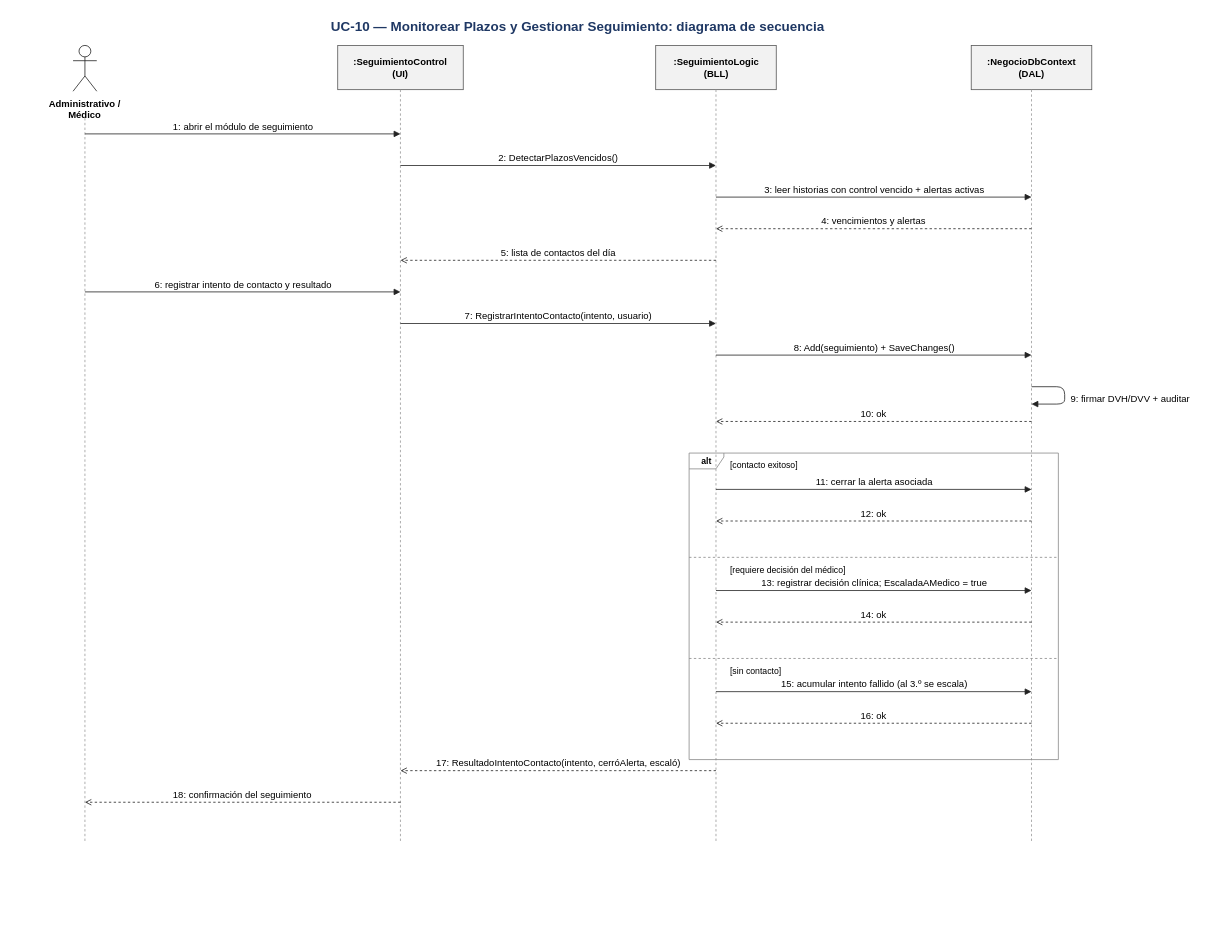
This is Diagramas/UC-10/UC-10 - Secuencia.drawio from DanteSchlogl/OpenRIN-corregido, a draw.io file, before an edit. Source tidied: cells renumbered, new cells numbered last; positions are measured from the earlier drawing's top-left corner, leaving out a move shared by most shapes. Both pictures are drawn from the tidied source at 79%, with x=0, y=0 at pixel (13, 13).
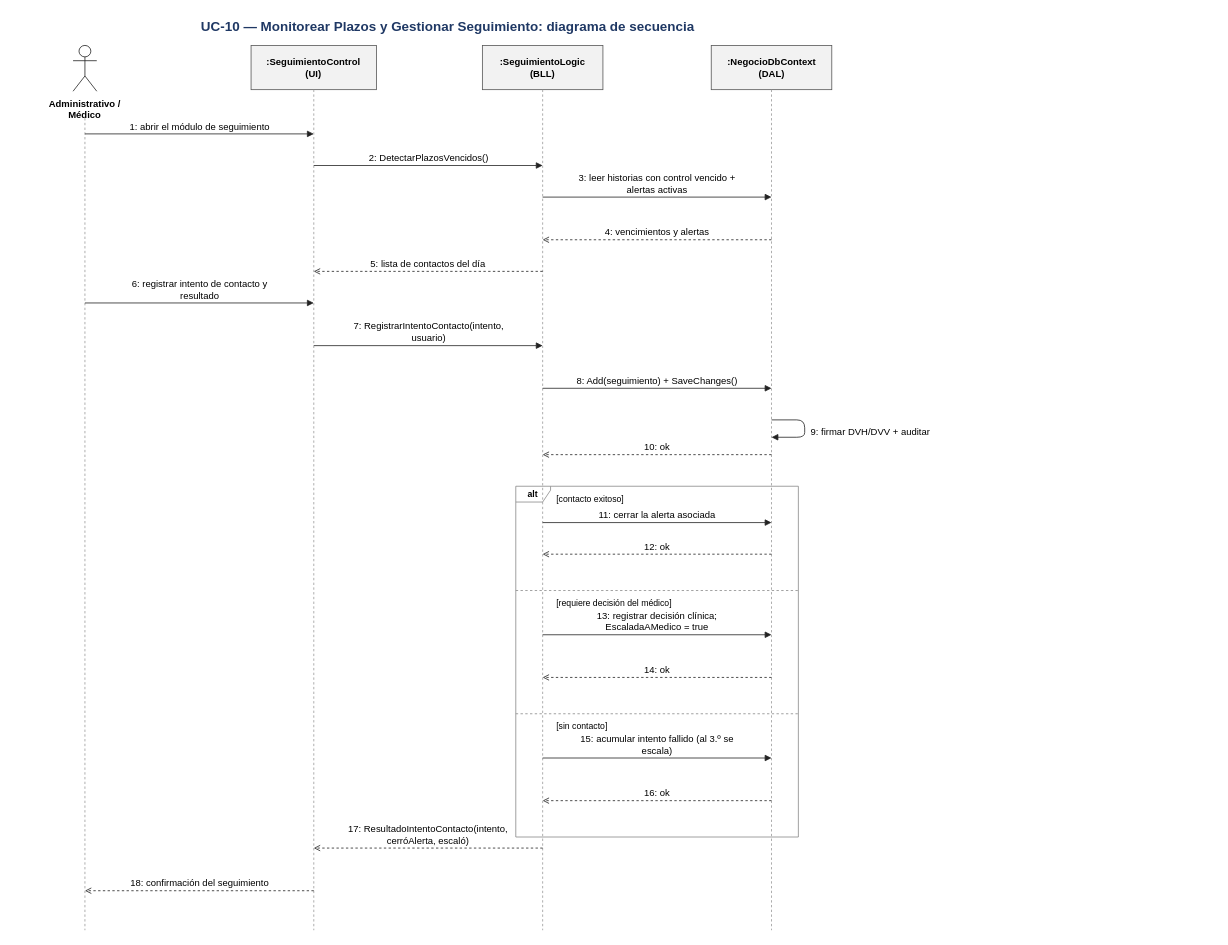
After the change.

Diff of the diagram source:
```diff
@@
     <mxCell id="2" value="UC-10 — Monitorear Plazos y Gestionar Seguimiento: diagrama de secuencia" style="text;html=1;strokeColor=none;fillColor=none;fontFamily=Arial;whiteSpace=nowrap;fontSize=17;fontStyle=1;fontColor=#1F3864;align=center;whiteSpace=wrap;" parent="1" vertex="1">
-      <mxGeometry width="1428.2" height="28" as="geometry" />
+      <mxGeometry width="1099.1" height="28" as="geometry" />
     </mxCell>
@@
     <mxCell id="5" style="endArrow=none;dashed=1;strokeColor=#999999;html=1;" parent="1" edge="1">
       <mxGeometry relative="1" as="geometry">
         <mxPoint x="90" y="132" as="sourcePoint" />
-        <mxPoint x="90" y="1048" as="targetPoint" />
+        <mxPoint x="90" y="1160" as="targetPoint" />
       </mxGeometry>
     </mxCell>
     <mxCell id="6" value=":SeguimientoControl&lt;br/&gt;(UI)" style="rounded=0;whiteSpace=wrap;html=1;fillColor=#F2F2F2;strokeColor=#555555;fontFamily=Arial;fontSize=12;fontStyle=1;" parent="1" vertex="1">
-      <mxGeometry x="410" y="40" width="158.9" height="56" as="geometry" />
+      <mxGeometry x="300.3" y="40" width="158.9" height="56" as="geometry" />
     </mxCell>
     <mxCell id="7" style="endArrow=none;dashed=1;strokeColor=#999999;html=1;" parent="1" edge="1">
       <mxGeometry relative="1" as="geometry">
-        <mxPoint x="489.4" y="96" as="sourcePoint" />
-        <mxPoint x="489.4" y="1048" as="targetPoint" />
+        <mxPoint x="379.7" y="96" as="sourcePoint" />
+        <mxPoint x="379.7" y="1160" as="targetPoint" />
       </mxGeometry>
     </mxCell>
     <mxCell id="8" value=":SeguimientoLogic&lt;br/&gt;(BLL)" style="rounded=0;whiteSpace=wrap;html=1;fillColor=#F2F2F2;strokeColor=#555555;fontFamily=Arial;fontSize=12;fontStyle=1;" parent="1" vertex="1">
-      <mxGeometry x="812.5" y="40" width="152.6" height="56" as="geometry" />
+      <mxGeometry x="593.1" y="40" width="152.6" height="56" as="geometry" />
     </mxCell>
     <mxCell id="9" style="endArrow=none;dashed=1;strokeColor=#999999;html=1;" parent="1" edge="1">
       <mxGeometry relative="1" as="geometry">
-        <mxPoint x="888.8" y="96" as="sourcePoint" />
-        <mxPoint x="888.8" y="1048" as="targetPoint" />
+        <mxPoint x="669.4" y="96" as="sourcePoint" />
+        <mxPoint x="669.4" y="1160" as="targetPoint" />
       </mxGeometry>
     </mxCell>
     <mxCell id="10" value=":NegocioDbContext&lt;br/&gt;(DAL)" style="rounded=0;whiteSpace=wrap;html=1;fillColor=#F2F2F2;strokeColor=#555555;fontFamily=Arial;fontSize=12;fontStyle=1;" parent="1" vertex="1">
-      <mxGeometry x="1211.9" y="40" width="152.6" height="56" as="geometry" />
+      <mxGeometry x="882.8" y="40" width="152.6" height="56" as="geometry" />
     </mxCell>
     <mxCell id="11" style="endArrow=none;dashed=1;strokeColor=#999999;html=1;" parent="1" edge="1">
       <mxGeometry relative="1" as="geometry">
-        <mxPoint x="1288.2" y="96" as="sourcePoint" />
-        <mxPoint x="1288.2" y="1048" as="targetPoint" />
+        <mxPoint x="959.1" y="96" as="sourcePoint" />
+        <mxPoint x="959.1" y="1160" as="targetPoint" />
       </mxGeometry>
     </mxCell>
     <mxCell id="12" value="1: abrir el módulo de seguimiento" style="html=1;edgeStyle=none;strokeColor=#222222;fontFamily=Arial;fontSize=12;verticalLabelPosition=top;verticalAlign=bottom;labelBackgroundColor=none;endArrow=block;endFill=1;" parent="1" edge="1">
       <mxGeometry relative="1" as="geometry">
         <mxPoint x="90" y="152" as="sourcePoint" />
-        <mxPoint x="489.4" y="152" as="targetPoint" />
+        <mxPoint x="379.7" y="152" as="targetPoint" />
       </mxGeometry>
     </mxCell>
     <mxCell id="13" value="2: DetectarPlazosVencidos()" style="html=1;edgeStyle=none;strokeColor=#222222;fontFamily=Arial;fontSize=12;verticalLabelPosition=top;verticalAlign=bottom;labelBackgroundColor=none;endArrow=block;endFill=1;" parent="1" edge="1">
       <mxGeometry relative="1" as="geometry">
-        <mxPoint x="489.4" y="192" as="sourcePoint" />
-        <mxPoint x="888.8" y="192" as="targetPoint" />
+        <mxPoint x="379.7" y="192" as="sourcePoint" />
+        <mxPoint x="669.4" y="192" as="targetPoint" />
       </mxGeometry>
     </mxCell>
-    <mxCell id="14" value="3: leer historias con control vencido + alertas activas" style="html=1;edgeStyle=none;strokeColor=#222222;fontFamily=Arial;fontSize=12;verticalLabelPosition=top;verticalAlign=bottom;labelBackgroundColor=none;endArrow=block;endFill=1;" parent="1" edge="1">
+    <mxCell id="14" value="3: leer historias con control vencido +&lt;br/&gt;alertas activas" style="html=1;edgeStyle=none;strokeColor=#222222;fontFamily=Arial;fontSize=12;verticalLabelPosition=top;verticalAlign=bottom;labelBackgroundColor=none;endArrow=block;endFill=1;" parent="1" edge="1">
       <mxGeometry relative="1" as="geometry">
-        <mxPoint x="888.8" y="232" as="sourcePoint" />
-        <mxPoint x="1288.2" y="232" as="targetPoint" />
+        <mxPoint x="669.4" y="232" as="sourcePoint" />
+        <mxPoint x="959.1" y="232" as="targetPoint" />
       </mxGeometry>
     </mxCell>
     <mxCell id="15" value="4: vencimientos y alertas" style="html=1;edgeStyle=none;strokeColor=#222222;fontFamily=Arial;fontSize=12;verticalLabelPosition=top;verticalAlign=bottom;labelBackgroundColor=none;endArrow=open;endFill=0;dashed=1;" parent="1" edge="1">
       <mxGeometry relative="1" as="geometry">
-        <mxPoint x="1288.2" y="272" as="sourcePoint" />
-        <mxPoint x="888.8" y="272" as="targetPoint" />
+        <mxPoint x="959.1" y="286" as="sourcePoint" />
+        <mxPoint x="669.4" y="286" as="targetPoint" />
       </mxGeometry>
     </mxCell>
     <mxCell id="16" value="5: lista de contactos del día" style="html=1;edgeStyle=none;strokeColor=#222222;fontFamily=Arial;fontSize=12;verticalLabelPosition=top;verticalAlign=bottom;labelBackgroundColor=none;endArrow=open;endFill=0;dashed=1;" parent="1" edge="1">
       <mxGeometry relative="1" as="geometry">
-        <mxPoint x="888.8" y="312" as="sourcePoint" />
-        <mxPoint x="489.4" y="312" as="targetPoint" />
+        <mxPoint x="669.4" y="326" as="sourcePoint" />
+        <mxPoint x="379.7" y="326" as="targetPoint" />
       </mxGeometry>
     </mxCell>
-    <mxCell id="17" value="6: registrar intento de contacto y resultado" style="html=1;edgeStyle=none;strokeColor=#222222;fontFamily=Arial;fontSize=12;verticalLabelPosition=top;verticalAlign=bottom;labelBackgroundColor=none;endArrow=block;endFill=1;" parent="1" edge="1">
+    <mxCell id="17" value="6: registrar intento de contacto y&lt;br/&gt;resultado" style="html=1;edgeStyle=none;strokeColor=#222222;fontFamily=Arial;fontSize=12;verticalLabelPosition=top;verticalAlign=bottom;labelBackgroundColor=none;endArrow=block;endFill=1;" parent="1" edge="1">
       <mxGeometry relative="1" as="geometry">
-        <mxPoint x="90" y="352" as="sourcePoint" />
-        <mxPoint x="489.4" y="352" as="targetPoint" />
+        <mxPoint x="90" y="366" as="sourcePoint" />
+        <mxPoint x="379.7" y="366" as="targetPoint" />
       </mxGeometry>
     </mxCell>
-    <mxCell id="18" value="7: RegistrarIntentoContacto(intento, usuario)" style="html=1;edgeStyle=none;strokeColor=#222222;fontFamily=Arial;fontSize=12;verticalLabelPosition=top;verticalAlign=bottom;labelBackgroundColor=none;endArrow=block;endFill=1;" parent="1" edge="1">
+    <mxCell id="18" value="7: RegistrarIntentoContacto(intento,&lt;br/&gt;usuario)" style="html=1;edgeStyle=none;strokeColor=#222222;fontFamily=Arial;fontSize=12;verticalLabelPosition=top;verticalAlign=bottom;labelBackgroundColor=none;endArrow=block;endFill=1;" parent="1" edge="1">
       <mxGeometry relative="1" as="geometry">
-        <mxPoint x="489.4" y="392" as="sourcePoint" />
-        <mxPoint x="888.8" y="392" as="targetPoint" />
+        <mxPoint x="379.7" y="420" as="sourcePoint" />
+        <mxPoint x="669.4" y="420" as="targetPoint" />
       </mxGeometry>
     </mxCell>
     <mxCell id="19" value="8: Add(seguimiento) + SaveChanges()" style="html=1;edgeStyle=none;strokeColor=#222222;fontFamily=Arial;fontSize=12;verticalLabelPosition=top;verticalAlign=bottom;labelBackgroundColor=none;endArrow=block;endFill=1;" parent="1" edge="1">
       <mxGeometry relative="1" as="geometry">
-        <mxPoint x="888.8" y="432" as="sourcePoint" />
-        <mxPoint x="1288.2" y="432" as="targetPoint" />
+        <mxPoint x="669.4" y="474" as="sourcePoint" />
+        <mxPoint x="959.1" y="474" as="targetPoint" />
       </mxGeometry>
     </mxCell>
     <mxCell id="20" style="endArrow=block;endFill=1;html=1;edgeStyle=none;strokeColor=#222222;" parent="1" edge="1">
       <mxGeometry relative="1" as="geometry">
-        <mxPoint x="1288.2" y="472" as="sourcePoint" />
-        <mxPoint x="1288.2" y="494" as="targetPoint" />
+        <mxPoint x="959.1" y="514" as="sourcePoint" />
+        <mxPoint x="959.1" y="536" as="targetPoint" />
         <Array as="points">
-          <mxPoint x="1330.2" y="472" />
-          <mxPoint x="1330.2" y="494" />
+          <mxPoint x="1001.1" y="514" />
+          <mxPoint x="1001.1" y="536" />
         </Array>
       </mxGeometry>
     </mxCell>
     <mxCell id="21" value="9: firmar DVH/DVV + auditar" style="text;html=1;strokeColor=none;fillColor=none;fontFamily=Arial;whiteSpace=nowrap;fontSize=12;align=left;" parent="1" vertex="1">
-      <mxGeometry x="1336.2" y="474" width="184.1" height="18" as="geometry" />
+      <mxGeometry x="1007.1" y="516" width="280" height="18" as="geometry" />
     </mxCell>
     <mxCell id="22" value="10: ok" style="html=1;edgeStyle=none;strokeColor=#222222;fontFamily=Arial;fontSize=12;verticalLabelPosition=top;verticalAlign=bottom;labelBackgroundColor=none;endArrow=open;endFill=0;dashed=1;" parent="1" edge="1">
       <mxGeometry relative="1" as="geometry">
-        <mxPoint x="1288.2" y="516" as="sourcePoint" />
-        <mxPoint x="888.8" y="516" as="targetPoint" />
+        <mxPoint x="959.1" y="558" as="sourcePoint" />
+        <mxPoint x="669.4" y="558" as="targetPoint" />
       </mxGeometry>
     </mxCell>
     <mxCell id="23" value="11: cerrar la alerta asociada" style="html=1;edgeStyle=none;strokeColor=#222222;fontFamily=Arial;fontSize=12;verticalLabelPosition=top;verticalAlign=bottom;labelBackgroundColor=none;endArrow=block;endFill=1;" parent="1" edge="1">
       <mxGeometry relative="1" as="geometry">
-        <mxPoint x="888.8" y="602" as="sourcePoint" />
-        <mxPoint x="1288.2" y="602" as="targetPoint" />
+        <mxPoint x="669.4" y="644" as="sourcePoint" />
+        <mxPoint x="959.1" y="644" as="targetPoint" />
       </mxGeometry>
     </mxCell>
     <mxCell id="24" value="12: ok" style="html=1;edgeStyle=none;strokeColor=#222222;fontFamily=Arial;fontSize=12;verticalLabelPosition=top;verticalAlign=bottom;labelBackgroundColor=none;endArrow=open;endFill=0;dashed=1;" parent="1" edge="1">
       <mxGeometry relative="1" as="geometry">
-        <mxPoint x="1288.2" y="642" as="sourcePoint" />
-        <mxPoint x="888.8" y="642" as="targetPoint" />
+        <mxPoint x="959.1" y="684" as="sourcePoint" />
+        <mxPoint x="669.4" y="684" as="targetPoint" />
       </mxGeometry>
     </mxCell>
-    <mxCell id="25" value="13: registrar decisión clínica; EscaladaAMedico = true" style="html=1;edgeStyle=none;strokeColor=#222222;fontFamily=Arial;fontSize=12;verticalLabelPosition=top;verticalAlign=bottom;labelBackgroundColor=none;endArrow=block;endFill=1;" parent="1" edge="1">
+    <mxCell id="25" value="13: registrar decisión clínica;&lt;br/&gt;EscaladaAMedico = true" style="html=1;edgeStyle=none;strokeColor=#222222;fontFamily=Arial;fontSize=12;verticalLabelPosition=top;verticalAlign=bottom;labelBackgroundColor=none;endArrow=block;endFill=1;" parent="1" edge="1">
       <mxGeometry relative="1" as="geometry">
-        <mxPoint x="888.8" y="730" as="sourcePoint" />
-        <mxPoint x="1288.2" y="730" as="targetPoint" />
+        <mxPoint x="669.4" y="786" as="sourcePoint" />
+        <mxPoint x="959.1" y="786" as="targetPoint" />
       </mxGeometry>
     </mxCell>
     <mxCell id="26" value="14: ok" style="html=1;edgeStyle=none;strokeColor=#222222;fontFamily=Arial;fontSize=12;verticalLabelPosition=top;verticalAlign=bottom;labelBackgroundColor=none;endArrow=open;endFill=0;dashed=1;" parent="1" edge="1">
       <mxGeometry relative="1" as="geometry">
-        <mxPoint x="1288.2" y="770" as="sourcePoint" />
-        <mxPoint x="888.8" y="770" as="targetPoint" />
+        <mxPoint x="959.1" y="840" as="sourcePoint" />
+        <mxPoint x="669.4" y="840" as="targetPoint" />
       </mxGeometry>
     </mxCell>
-    <mxCell id="27" value="15: acumular intento fallido (al 3.º se escala)" style="html=1;edgeStyle=none;strokeColor=#222222;fontFamily=Arial;fontSize=12;verticalLabelPosition=top;verticalAlign=bottom;labelBackgroundColor=none;endArrow=block;endFill=1;" parent="1" edge="1">
+    <mxCell id="27" value="15: acumular intento fallido (al 3.º se&lt;br/&gt;escala)" style="html=1;edgeStyle=none;strokeColor=#222222;fontFamily=Arial;fontSize=12;verticalLabelPosition=top;verticalAlign=bottom;labelBackgroundColor=none;endArrow=block;endFill=1;" parent="1" edge="1">
       <mxGeometry relative="1" as="geometry">
-        <mxPoint x="888.8" y="858" as="sourcePoint" />
-        <mxPoint x="1288.2" y="858" as="targetPoint" />
+        <mxPoint x="669.4" y="942" as="sourcePoint" />
+        <mxPoint x="959.1" y="942" as="targetPoint" />
       </mxGeometry>
     </mxCell>
     <mxCell id="28" value="16: ok" style="html=1;edgeStyle=none;strokeColor=#222222;fontFamily=Arial;fontSize=12;verticalLabelPosition=top;verticalAlign=bottom;labelBackgroundColor=none;endArrow=open;endFill=0;dashed=1;" parent="1" edge="1">
       <mxGeometry relative="1" as="geometry">
-        <mxPoint x="1288.2" y="898" as="sourcePoint" />
-        <mxPoint x="888.8" y="898" as="targetPoint" />
+        <mxPoint x="959.1" y="996" as="sourcePoint" />
+        <mxPoint x="669.4" y="996" as="targetPoint" />
       </mxGeometry>
     </mxCell>
     <mxCell id="29" value="alt" style="shape=umlFrame;whiteSpace=wrap;html=1;width=44;height=20;fillColor=none;strokeColor=#888888;fontFamily=Arial;fontSize=11;fontStyle=1;" parent="1" vertex="1">
-      <mxGeometry x="854.8" y="556" width="467.4" height="388" as="geometry" />
+      <mxGeometry x="635.4" y="598" width="357.7" height="444" as="geometry" />
     </mxCell>
     <mxCell id="30" value="[contacto exitoso]" style="text;html=1;strokeColor=none;fillColor=none;fontFamily=Arial;whiteSpace=nowrap;fontSize=11;align=left;" parent="1" vertex="1">
-      <mxGeometry x="904.8" y="559" width="134.8" height="18" as="geometry" />
+      <mxGeometry x="685.4" y="601" width="134.8" height="18" as="geometry" />
     </mxCell>
     <mxCell id="31" style="endArrow=none;dashed=1;strokeColor=#888888;html=1;" parent="1" edge="1">
       <mxGeometry relative="1" as="geometry">
-        <mxPoint x="854.8" y="688" as="sourcePoint" />
-        <mxPoint x="1322.2" y="688" as="targetPoint" />
+        <mxPoint x="635.4" y="730" as="sourcePoint" />
+        <mxPoint x="993.1" y="730" as="targetPoint" />
       </mxGeometry>
     </mxCell>
     <mxCell id="32" value="[requiere decisión del médico]" style="text;html=1;strokeColor=none;fillColor=none;fontFamily=Arial;whiteSpace=nowrap;fontSize=11;align=left;" parent="1" vertex="1">
-      <mxGeometry x="904.8" y="691" width="210.4" height="18" as="geometry" />
+      <mxGeometry x="685.4" y="733" width="210.4" height="18" as="geometry" />
     </mxCell>
     <mxCell id="33" style="endArrow=none;dashed=1;strokeColor=#888888;html=1;" parent="1" edge="1">
       <mxGeometry relative="1" as="geometry">
-        <mxPoint x="854.8" y="816" as="sourcePoint" />
-        <mxPoint x="1322.2" y="816" as="targetPoint" />
+        <mxPoint x="635.4" y="886" as="sourcePoint" />
+        <mxPoint x="993.1" y="886" as="targetPoint" />
       </mxGeometry>
     </mxCell>
     <mxCell id="34" value="[sin contacto]" style="text;html=1;strokeColor=none;fillColor=none;fontFamily=Arial;whiteSpace=nowrap;fontSize=11;align=left;" parent="1" vertex="1">
-      <mxGeometry x="904.8" y="819" width="109.6" height="18" as="geometry" />
+      <mxGeometry x="685.4" y="889" width="109.6" height="18" as="geometry" />
     </mxCell>
-    <mxCell id="35" value="17: ResultadoIntentoContacto(intento, cerróAlerta, escaló)" style="html=1;edgeStyle=none;strokeColor=#222222;fontFamily=Arial;fontSize=12;verticalLabelPosition=top;verticalAlign=bottom;labelBackgroundColor=none;endArrow=open;endFill=0;dashed=1;" parent="1" edge="1">
+    <mxCell id="35" value="17: ResultadoIntentoContacto(intento,&lt;br/&gt;cerróAlerta, escaló)" style="html=1;edgeStyle=none;strokeColor=#222222;fontFamily=Arial;fontSize=12;verticalLabelPosition=top;verticalAlign=bottom;labelBackgroundColor=none;endArrow=open;endFill=0;dashed=1;" parent="1" edge="1">
       <mxGeometry relative="1" as="geometry">
-        <mxPoint x="888.8" y="958" as="sourcePoint" />
-        <mxPoint x="489.4" y="958" as="targetPoint" />
+        <mxPoint x="669.4" y="1056" as="sourcePoint" />
+        <mxPoint x="379.7" y="1056" as="targetPoint" />
       </mxGeometry>
     </mxCell>
     <mxCell id="36" value="18: confirmación del seguimiento" style="html=1;edgeStyle=none;strokeColor=#222222;fontFamily=Arial;fontSize=12;verticalLabelPosition=top;verticalAlign=bottom;labelBackgroundColor=none;endArrow=open;endFill=0;dashed=1;" parent="1" edge="1">
       <mxGeometry relative="1" as="geometry">
-        <mxPoint x="489.4" y="998" as="sourcePoint" />
-        <mxPoint x="90" y="998" as="targetPoint" />
+        <mxPoint x="379.7" y="1110" as="sourcePoint" />
+        <mxPoint x="90" y="1110" as="targetPoint" />
       </mxGeometry>
     </mxCell>
```
